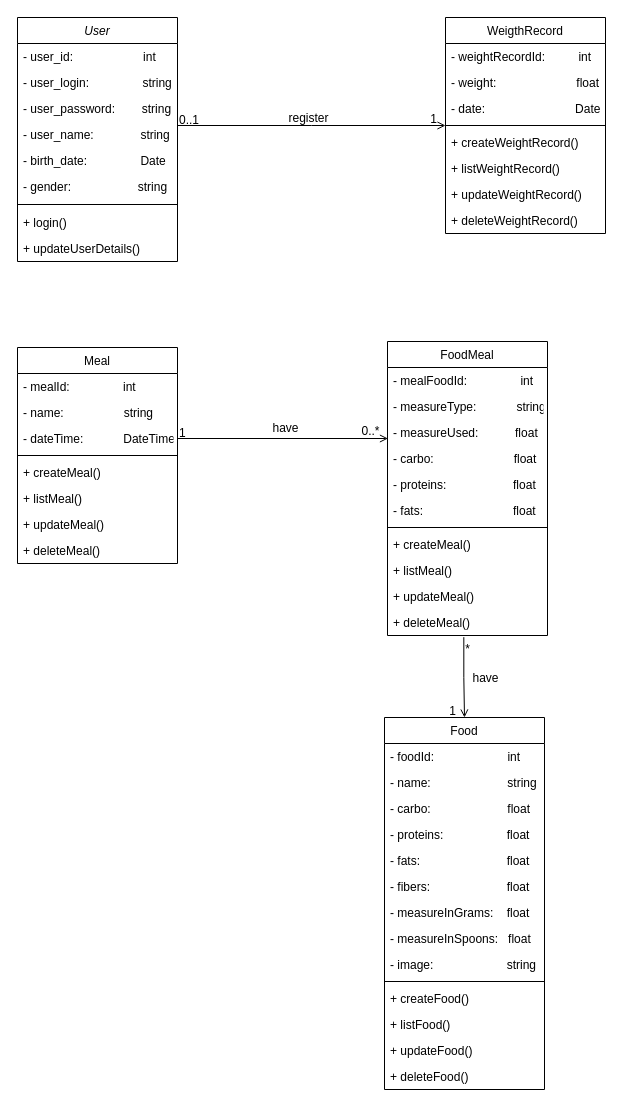
Before: page "Diagram of class" (1 of 2) of Documentation/NutriFit.drawio in BrennerFSouza/NutriFit, a draw.io diagram. Source tidied: cells renumbered, new cells numbered last; positions are measured from the earlier drawing's top-left corner, leaving out a move shared by most shapes. Both pictures are drawn from the tidied source at 100%, with x=0, y=0 at pixel (17, 17).
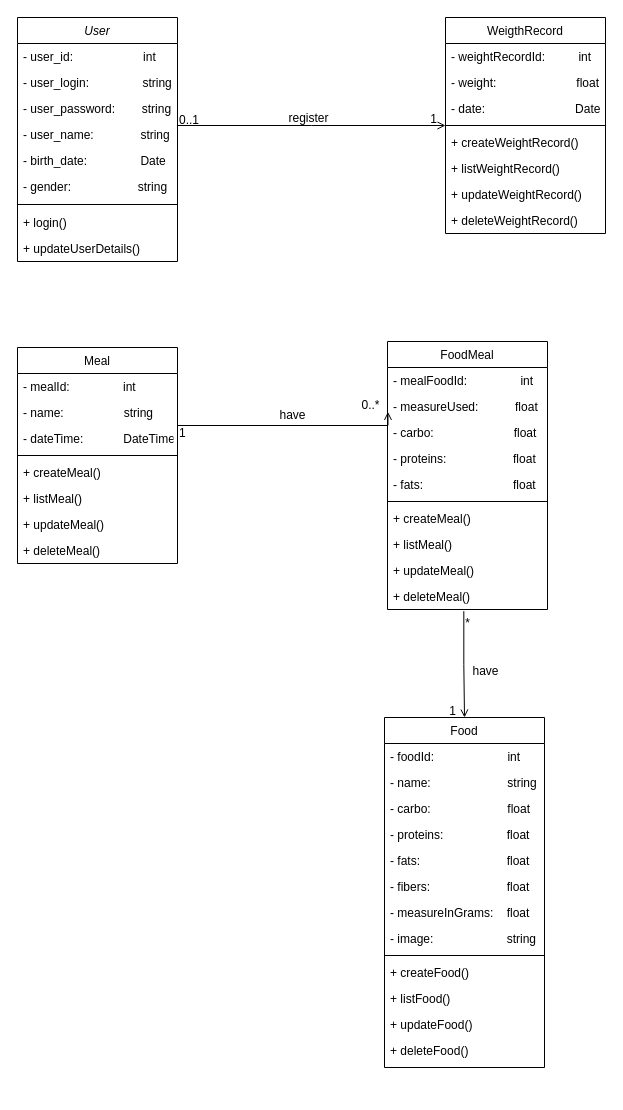
Above is the later version.

Change to the diagram source:
```diff
@@
     <mxCell id="34" value="FoodMeal" style="swimlane;fontStyle=0;align=center;verticalAlign=top;horizontal=1;startSize=26;rounded=0;shadow=0;strokeWidth=1;" parent="1" vertex="1">
-      <mxGeometry x="370" y="324" width="160" height="294" as="geometry" />
+      <mxGeometry x="370" y="324" width="160" height="268" as="geometry" />
     </mxCell>
@@
-    <mxCell id="36" value="- measureType:            string" style="text;align=left;verticalAlign=top;spacingLeft=4;spacingRight=4;overflow=hidden;" parent="34" vertex="1">
-      <mxGeometry y="52" width="160" height="26" as="geometry" />
-    </mxCell>
     <mxCell id="37" value="- measureUsed:           float" style="text;align=left;verticalAlign=top;spacingLeft=4;spacingRight=4;overflow=hidden;points=[[0,0.5],[1,0.5]];portConstraint=eastwest;" parent="34" vertex="1">
-      <mxGeometry y="78" width="160" height="26" as="geometry" />
+      <mxGeometry y="52" width="160" height="26" as="geometry" />
     </mxCell>
     <mxCell id="38" value="- carbo:                        float" style="text;align=left;verticalAlign=top;spacingLeft=4;spacingRight=4;overflow=hidden;" parent="34" vertex="1">
-      <mxGeometry y="104" width="160" height="26" as="geometry" />
+      <mxGeometry y="78" width="160" height="26" as="geometry" />
     </mxCell>
     <mxCell id="39" value="- proteins:                    float" style="text;align=left;verticalAlign=top;spacingLeft=4;spacingRight=4;overflow=hidden;" parent="34" vertex="1">
-      <mxGeometry y="130" width="160" height="26" as="geometry" />
+      <mxGeometry y="104" width="160" height="26" as="geometry" />
     </mxCell>
     <mxCell id="40" value="- fats:                           float" style="text;align=left;verticalAlign=top;spacingLeft=4;spacingRight=4;overflow=hidden;" parent="34" vertex="1">
-      <mxGeometry y="156" width="160" height="26" as="geometry" />
+      <mxGeometry y="130" width="160" height="26" as="geometry" />
     </mxCell>
     <mxCell id="41" style="line;html=1;strokeWidth=1;align=left;verticalAlign=middle;spacingTop=-1;spacingLeft=3;spacingRight=3;labelPosition=right;" parent="34" vertex="1">
-      <mxGeometry y="182" width="160" height="8" as="geometry" />
+      <mxGeometry y="156" width="160" height="8" as="geometry" />
     </mxCell>
     <mxCell id="42" value="+ createMeal()   " style="text;align=left;verticalAlign=top;spacingLeft=4;spacingRight=4;overflow=hidden;" parent="34" vertex="1">
-      <mxGeometry y="190" width="160" height="26" as="geometry" />
+      <mxGeometry y="164" width="160" height="26" as="geometry" />
     </mxCell>
     <mxCell id="43" value="+ listMeal()" style="text;align=left;verticalAlign=top;spacingLeft=4;spacingRight=4;overflow=hidden;" parent="34" vertex="1">
-      <mxGeometry y="216" width="160" height="26" as="geometry" />
+      <mxGeometry y="190" width="160" height="26" as="geometry" />
     </mxCell>
     <mxCell id="44" value="+ updateMeal()" style="text;align=left;verticalAlign=top;spacingLeft=4;spacingRight=4;overflow=hidden;" parent="34" vertex="1">
-      <mxGeometry y="242" width="160" height="26" as="geometry" />
+      <mxGeometry y="216" width="160" height="26" as="geometry" />
     </mxCell>
     <mxCell id="45" value="+ deleteMeal()" style="text;align=left;verticalAlign=top;spacingLeft=4;spacingRight=4;overflow=hidden;points=[[0,0.5],[1,0.5]];portConstraint=eastwest;" parent="34" vertex="1">
-      <mxGeometry y="268" width="160" height="26" as="geometry" />
+      <mxGeometry y="242" width="160" height="26" as="geometry" />
     </mxCell>
@@
     <mxCell id="50" value="Food" style="swimlane;fontStyle=0;align=center;verticalAlign=top;horizontal=1;startSize=26;rounded=0;shadow=0;strokeWidth=1;" parent="1" vertex="1">
-      <mxGeometry x="367" y="700" width="160" height="372" as="geometry" />
+      <mxGeometry x="367" y="700" width="160" height="350" as="geometry" />
     </mxCell>
@@
-    <mxCell id="58" value="- measureInSpoons:   float" style="text;align=left;verticalAlign=top;spacingLeft=4;spacingRight=4;overflow=hidden;" parent="50" vertex="1">
-      <mxGeometry y="208" width="160" height="26" as="geometry" />
-    </mxCell>
     <mxCell id="59" value="- image:                      string" style="text;align=left;verticalAlign=top;spacingLeft=4;spacingRight=4;overflow=hidden;" parent="50" vertex="1">
-      <mxGeometry y="234" width="160" height="26" as="geometry" />
+      <mxGeometry y="208" width="160" height="26" as="geometry" />
     </mxCell>
     <mxCell id="60" style="line;html=1;strokeWidth=1;align=left;verticalAlign=middle;spacingTop=-1;spacingLeft=3;spacingRight=3;labelPosition=right;" parent="50" vertex="1">
-      <mxGeometry y="260" width="160" height="8" as="geometry" />
+      <mxGeometry y="234" width="160" height="8" as="geometry" />
     </mxCell>
     <mxCell id="61" value="+ createFood()   " style="text;align=left;verticalAlign=top;spacingLeft=4;spacingRight=4;overflow=hidden;" parent="50" vertex="1">
-      <mxGeometry y="268" width="160" height="26" as="geometry" />
+      <mxGeometry y="242" width="160" height="26" as="geometry" />
     </mxCell>
     <mxCell id="62" value="+ listFood()" style="text;align=left;verticalAlign=top;spacingLeft=4;spacingRight=4;overflow=hidden;" parent="50" vertex="1">
-      <mxGeometry y="294" width="160" height="26" as="geometry" />
+      <mxGeometry y="268" width="160" height="26" as="geometry" />
     </mxCell>
     <mxCell id="63" value="+ updateFood()" style="text;align=left;verticalAlign=top;spacingLeft=4;spacingRight=4;overflow=hidden;" parent="50" vertex="1">
-      <mxGeometry y="320" width="160" height="26" as="geometry" />
+      <mxGeometry y="294" width="160" height="26" as="geometry" />
     </mxCell>
     <mxCell id="64" value="+ deleteFood()" style="text;align=left;verticalAlign=top;spacingLeft=4;spacingRight=4;overflow=hidden;" parent="50" vertex="1">
-      <mxGeometry y="346" width="160" height="26" as="geometry" />
+      <mxGeometry y="320" width="160" height="26" as="geometry" />
     </mxCell>
```
